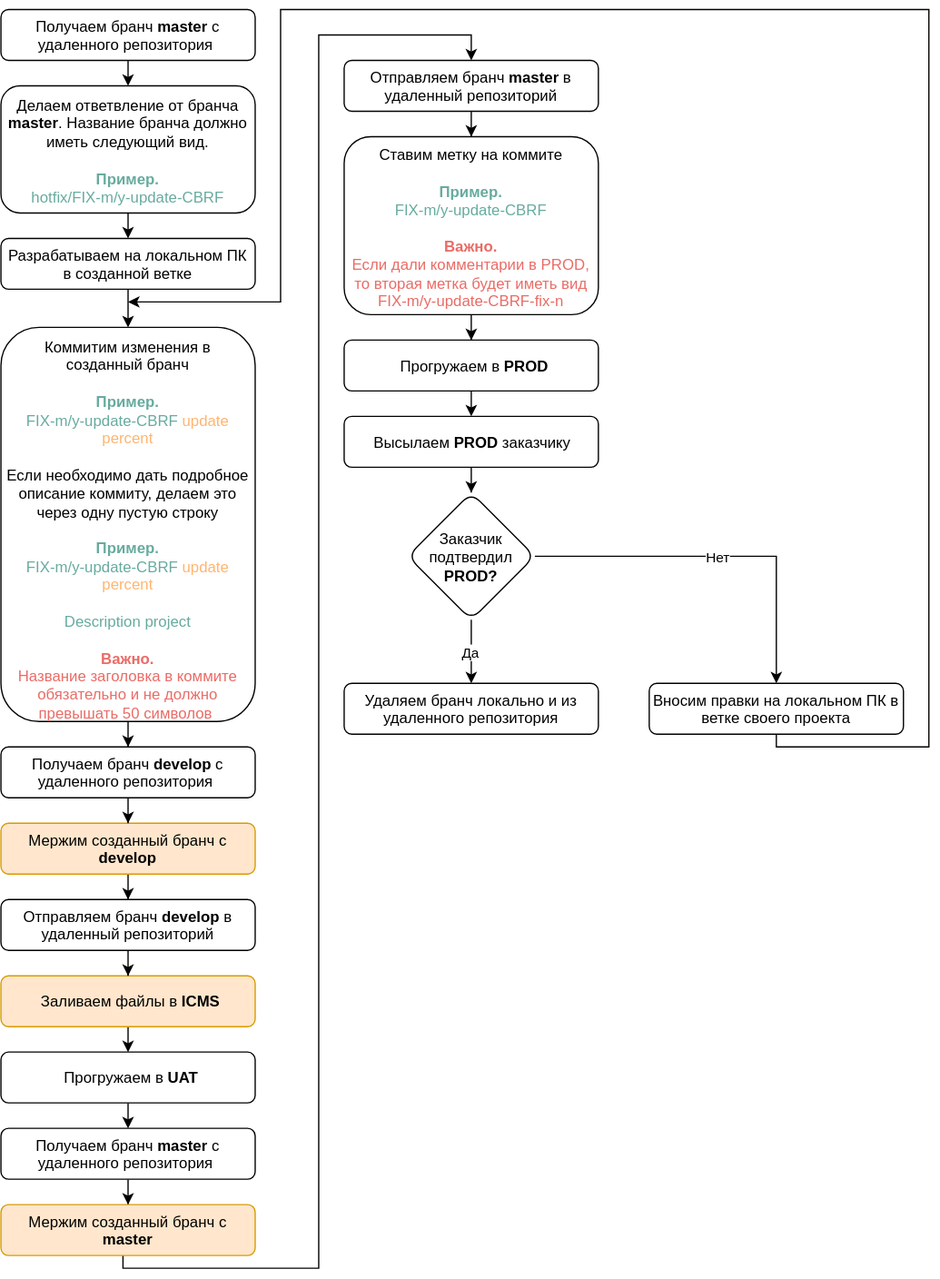
Earlier version of the draw.io export GIT roadmap hotfix.svg (biryukovkolya/upload-files). Source tidied: cells renumbered, new cells last; positions are measured from the earlier drawing's top-left corner, leaving out a move shared by most shapes.
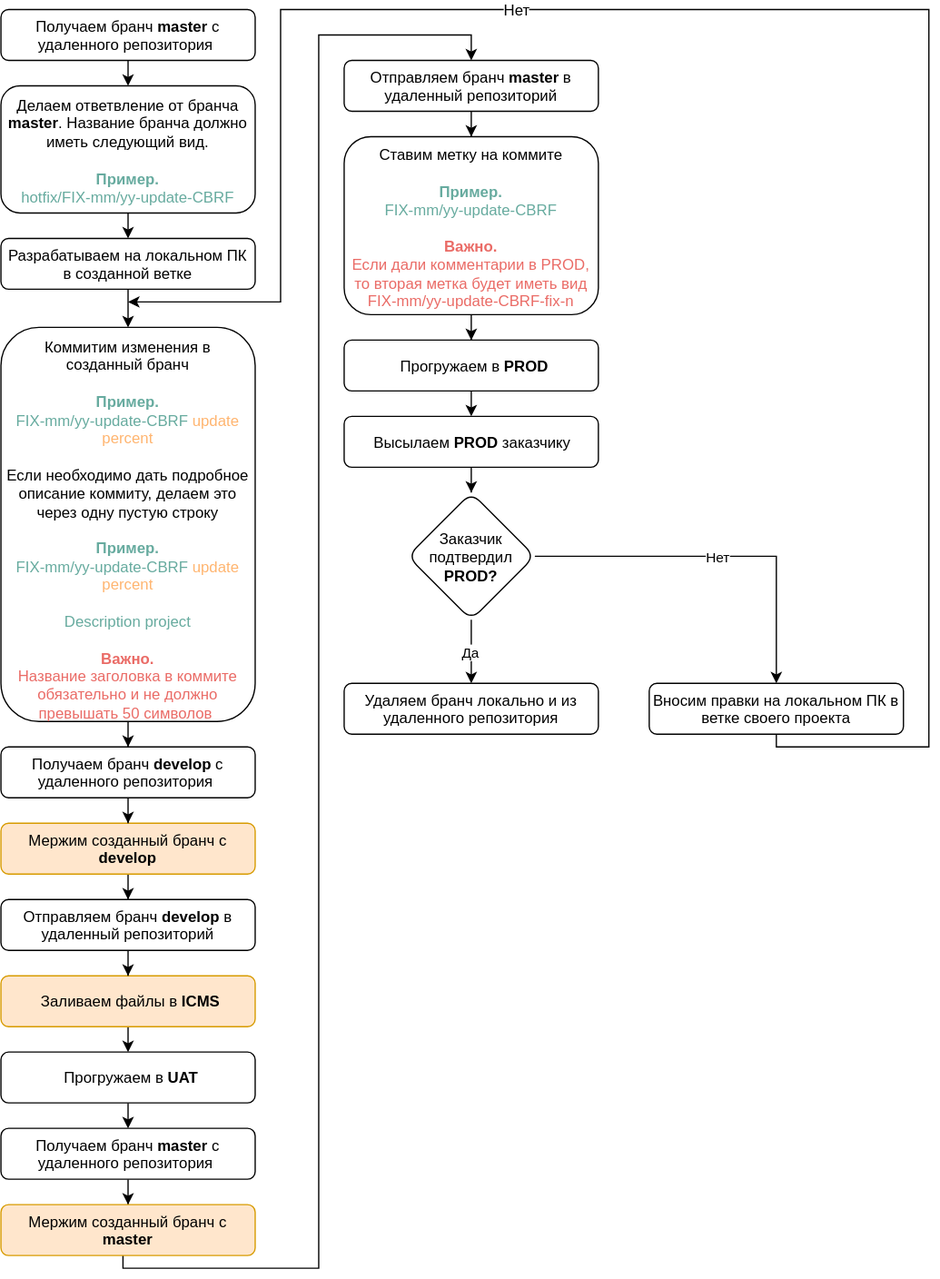
Above is the later version.

Change to the diagram source:
```diff
@@ -17,7 +17,7 @@
     <mxCell id="6" style="edgeStyle=orthogonalEdgeStyle;rounded=0;html=1;exitX=0.5;exitY=1;jettySize=auto;" parent="1" edge="1" source="7" target="13">
       <mxGeometry relative="1" as="geometry" />
     </mxCell>
-    <mxCell id="7" value="Коммитим изменения в созданный бранч&lt;br&gt;&lt;br&gt;&lt;font color=&quot;#67ab9f&quot;&gt;&lt;b&gt;Пример.&lt;br&gt;&lt;/b&gt;&lt;/font&gt;&lt;font color=&quot;#67ab9f&quot;&gt;FIX-m/y-update-CBRF&amp;nbsp;&lt;/font&gt;&lt;font color=&quot;#ffb570&quot;&gt;update percent&lt;/font&gt;&lt;br&gt;&lt;br&gt;Если необходимо дать подробное описание&amp;nbsp;коммиту, делаем это через одну пустую строку&lt;br&gt;&lt;br&gt;&lt;font color=&quot;#67ab9f&quot;&gt;&lt;b&gt;Пример.&lt;br&gt;&lt;/b&gt;&lt;/font&gt;&lt;font color=&quot;#67ab9f&quot;&gt;FIX-m/y-update-CBRF&amp;nbsp;&lt;/font&gt;&lt;font color=&quot;#ffb570&quot;&gt;update percent&lt;/font&gt;&lt;br&gt;&lt;br&gt;&lt;font color=&quot;#67ab9f&quot;&gt;Description project&lt;/font&gt;&lt;br&gt;&lt;b&gt;&lt;br&gt;&lt;font color=&quot;#ea6b66&quot;&gt;Важно.&lt;/font&gt;&lt;/b&gt;&lt;font color=&quot;#ea6b66&quot;&gt;&lt;br&gt;Название заголовка в коммите обязательно и не должно превышать 50 символов&amp;nbsp;&lt;/font&gt;&lt;br&gt;" style="rounded=1;whiteSpace=wrap;html=1;spacing=3;" parent="1" vertex="1">
+    <mxCell id="7" value="Коммитим изменения в созданный бранч&lt;br&gt;&lt;br&gt;&lt;font color=&quot;#67ab9f&quot;&gt;&lt;b&gt;Пример.&lt;br&gt;&lt;/b&gt;&lt;/font&gt;&lt;font color=&quot;#67ab9f&quot;&gt;FIX-mm/yy-update-CBRF&amp;nbsp;&lt;/font&gt;&lt;font color=&quot;#ffb570&quot;&gt;update percent&lt;/font&gt;&lt;br&gt;&lt;br&gt;Если необходимо дать подробное описание&amp;nbsp;коммиту, делаем это через одну пустую строку&lt;br&gt;&lt;br&gt;&lt;font color=&quot;#67ab9f&quot;&gt;&lt;b&gt;Пример.&lt;br&gt;&lt;/b&gt;&lt;/font&gt;&lt;font color=&quot;#67ab9f&quot;&gt;FIX-mm/yy-update-CBRF&amp;nbsp;&lt;/font&gt;&lt;font color=&quot;#ffb570&quot;&gt;update percent&lt;/font&gt;&lt;br&gt;&lt;br&gt;&lt;font color=&quot;#67ab9f&quot;&gt;Description project&lt;/font&gt;&lt;br&gt;&lt;b&gt;&lt;br&gt;&lt;font color=&quot;#ea6b66&quot;&gt;Важно.&lt;/font&gt;&lt;/b&gt;&lt;font color=&quot;#ea6b66&quot;&gt;&lt;br&gt;Название заголовка в коммите обязательно и не должно превышать 50 символов&amp;nbsp;&lt;/font&gt;&lt;br&gt;" style="rounded=1;whiteSpace=wrap;html=1;spacing=3;" parent="1" vertex="1">
       <mxGeometry y="250" width="200" height="310" as="geometry" />
     </mxCell>
     <mxCell id="8" style="edgeStyle=orthogonalEdgeStyle;rounded=0;html=1;exitX=0.5;exitY=1;jettySize=auto;" parent="1" edge="1" source="9" target="31">
@@ -29,7 +29,7 @@
     <mxCell id="10" style="edgeStyle=orthogonalEdgeStyle;rounded=0;html=1;exitX=0.5;exitY=1;entryX=0.5;entryY=0;jettySize=auto;" parent="1" edge="1" source="11" target="5">
       <mxGeometry relative="1" as="geometry" />
     </mxCell>
-    <mxCell id="11" value="Делаем ответвление от бранча &lt;b&gt;master&lt;/b&gt;. Название бранча должно иметь следующий вид.&lt;br&gt;&lt;font color=&quot;#67ab9f&quot;&gt;&lt;br&gt;&lt;b&gt;Пример.&lt;/b&gt;&lt;br&gt;hotfix/FIX-m/y-update-CBRF&lt;/font&gt;&lt;b&gt;&lt;font color=&quot;#67ab9f&quot;&gt;&lt;br&gt;&lt;/font&gt;&lt;/b&gt;" style="rounded=1;whiteSpace=wrap;html=1;spacingRight=0;spacingLeft=0;spacing=3;" parent="1" vertex="1">
+    <mxCell id="11" value="Делаем ответвление от бранча &lt;b&gt;master&lt;/b&gt;. Название бранча должно иметь следующий вид.&lt;br&gt;&lt;font color=&quot;#67ab9f&quot;&gt;&lt;br&gt;&lt;b&gt;Пример.&lt;/b&gt;&lt;br&gt;hotfix/FIX-mm/yy-update-CBRF&lt;/font&gt;&lt;b&gt;&lt;font color=&quot;#67ab9f&quot;&gt;&lt;br&gt;&lt;/font&gt;&lt;/b&gt;" style="rounded=1;whiteSpace=wrap;html=1;spacingRight=0;spacingLeft=0;spacing=3;" parent="1" vertex="1">
       <mxGeometry y="60" width="200" height="100" as="geometry" />
     </mxCell>
     <mxCell id="12" style="edgeStyle=orthogonalEdgeStyle;rounded=0;html=1;exitX=0.5;exitY=1;jettySize=auto;" parent="1" edge="1" source="13" target="9">
@@ -119,13 +119,16 @@
         </Array>
       </mxGeometry>
     </mxCell>
+    <mxCell id="38" value="Нет" style="text;html=1;align=center;verticalAlign=middle;labelBackgroundColor=#ffffff;" parent="34" vertex="1">
+      <mxGeometry x="0.32" y="-1" relative="1" as="geometry" />
+    </mxCell>
     <mxCell id="35" value="Вносим правки на локальном ПК в ветке своего проекта" style="rounded=1;whiteSpace=wrap;html=1;spacing=3;" parent="1" vertex="1">
       <mxGeometry x="510" y="530" width="200" height="40" as="geometry" />
     </mxCell>
     <mxCell id="36" style="edgeStyle=orthogonalEdgeStyle;rounded=0;comic=0;html=1;exitX=0.5;exitY=1;jettySize=auto;" parent="1" edge="1" source="37" target="23">
       <mxGeometry relative="1" as="geometry" />
     </mxCell>
-    <mxCell id="37" value="Ставим метку на коммите&lt;br&gt;&lt;font color=&quot;#67ab9f&quot;&gt;&lt;br&gt;&lt;b&gt;Пример.&lt;br&gt;&lt;/b&gt;&lt;/font&gt;&lt;font color=&quot;#67ab9f&quot;&gt;FIX-m/y-update-CBRF&lt;br&gt;&lt;/font&gt;&lt;br&gt;&lt;font color=&quot;#ea6b66&quot;&gt;&lt;b&gt;Важно.&lt;/b&gt;&lt;br&gt;Если дали комментарии в PROD, то вторая метка будет&amp;nbsp;иметь вид&lt;br&gt;&lt;span&gt;FIX-m/y-update-CBRF-fix-n&lt;/span&gt;&lt;/font&gt;&lt;br&gt;" style="rounded=1;whiteSpace=wrap;html=1;spacing=3;" parent="1" vertex="1">
+    <mxCell id="37" value="Ставим метку на коммите&lt;br&gt;&lt;font color=&quot;#67ab9f&quot;&gt;&lt;br&gt;&lt;b&gt;Пример.&lt;br&gt;&lt;/b&gt;&lt;/font&gt;&lt;font color=&quot;#67ab9f&quot;&gt;FIX-mm/yy-update-CBRF&lt;br&gt;&lt;/font&gt;&lt;br&gt;&lt;font color=&quot;#ea6b66&quot;&gt;&lt;b&gt;Важно.&lt;/b&gt;&lt;br&gt;Если дали комментарии в PROD, то вторая метка будет&amp;nbsp;иметь вид&lt;br&gt;&lt;span&gt;FIX-mm/yy-update-CBRF-fix-n&lt;/span&gt;&lt;/font&gt;&lt;br&gt;" style="rounded=1;whiteSpace=wrap;html=1;spacing=3;" parent="1" vertex="1">
       <mxGeometry x="270" y="100" width="200" height="140" as="geometry" />
     </mxCell>
   </root>
```
